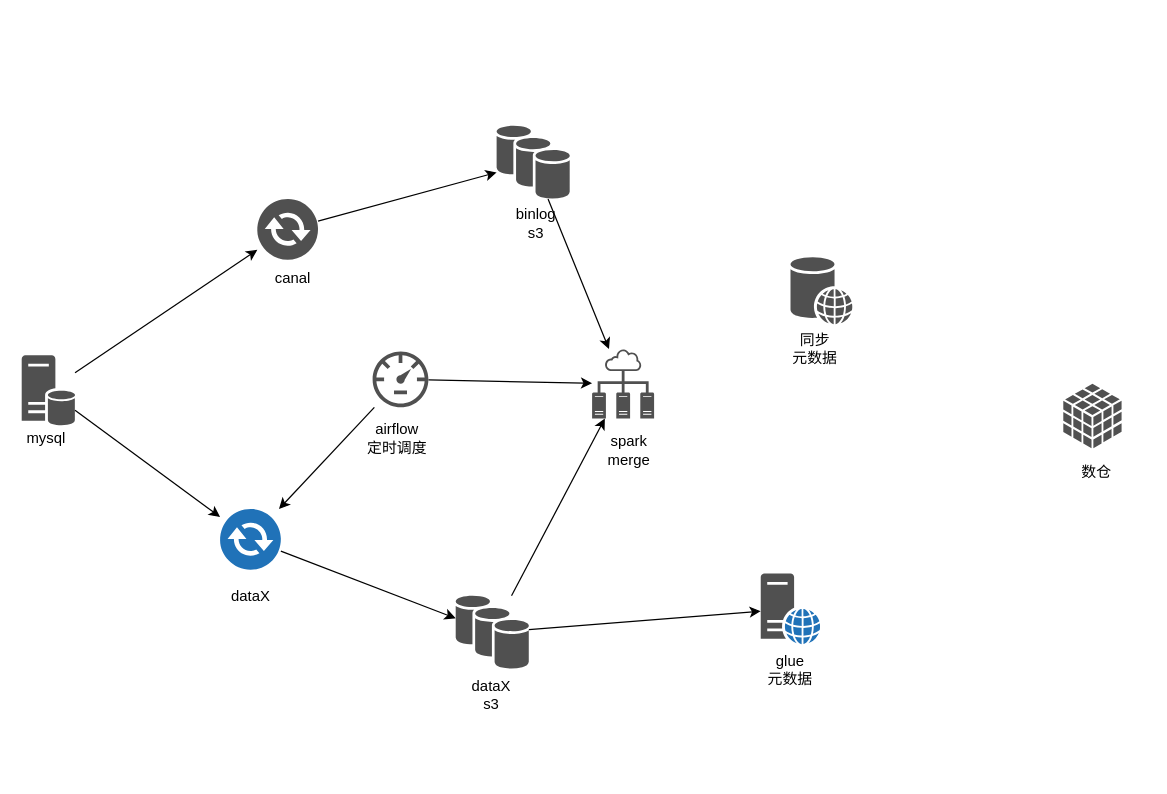
Above: canal.drawio in wangbin2188/draw (draw.io), before the change. Source tidied: cells renumbered, new cells numbered last; positions are measured from the earlier drawing's top-left corner, leaving out a move shared by most shapes. Both pictures are drawn from the tidied source at 124%, with x=0, y=0 at pixel (21, 125).
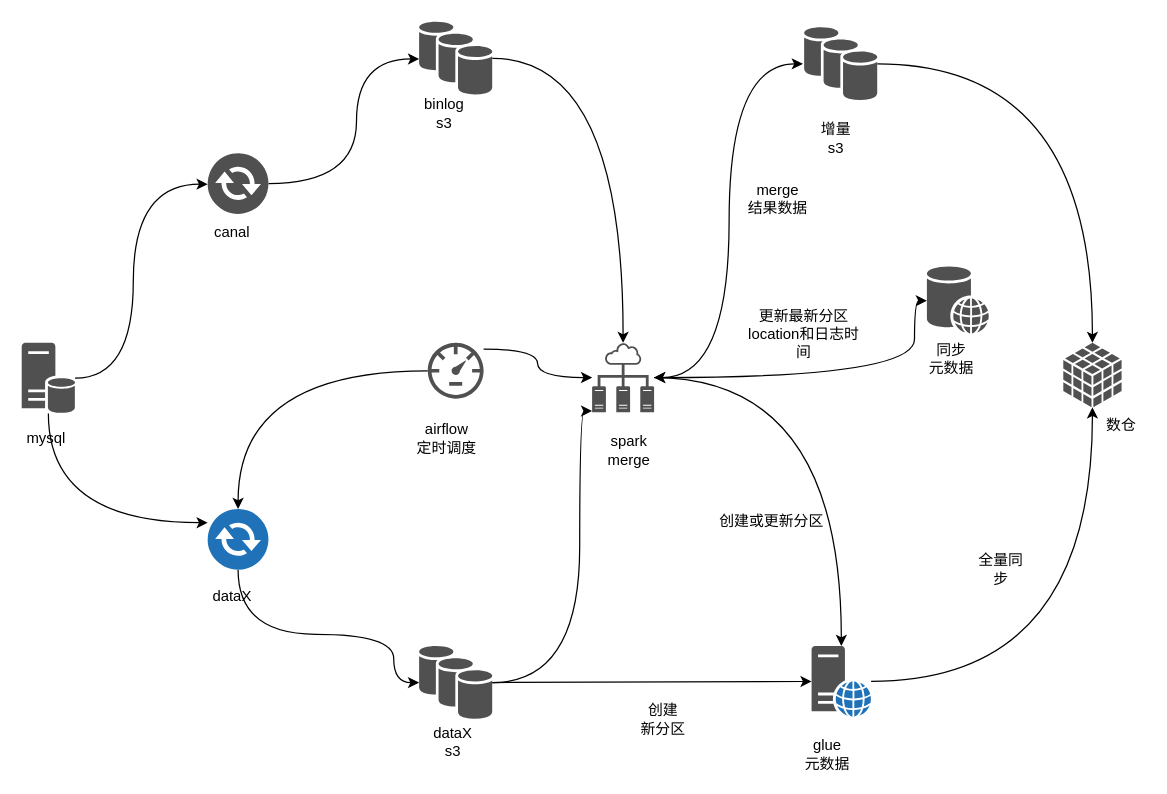
The same diagram, later.

Diff of the diagram source:
```diff
@@
-    <mxCell id="2" style="edgeStyle=none;rounded=0;jettySize=auto;html=1;" parent="1" edge="1" source="3" target="20">
+    <mxCell id="2" style="edgeStyle=orthogonalEdgeStyle;rounded=0;jettySize=auto;html=1;curved=1;" parent="1" edge="1" source="3" target="20">
       <mxGeometry relative="1" as="geometry" />
     </mxCell>
     <mxCell id="3" style="shadow=0;dashed=0;html=1;strokeColor=none;fillColor=#505050;labelPosition=center;verticalLabelPosition=bottom;verticalAlign=top;outlineConnect=0;align=center;shape=mxgraph.office.databases.database_availability_group;" parent="1" vertex="1">
-      <mxGeometry x="383" width="59" height="59" as="geometry" />
+      <mxGeometry x="320.5" y="-84" width="59" height="59" as="geometry" />
     </mxCell>
-    <mxCell id="4" style="rounded=0;jettySize=auto;html=1;" parent="1" edge="1" source="14" target="3">
-      <mxGeometry relative="1" as="geometry" />
+    <mxCell id="4" style="rounded=0;jettySize=auto;html=1;edgeStyle=orthogonalEdgeStyle;curved=1;" parent="1" edge="1" source="14" target="3">
+      <mxGeometry relative="1" as="geometry">
+        <Array as="points">
+          <mxPoint x="270" y="47" />
+          <mxPoint x="270" y="-54" />
+        </Array>
+      </mxGeometry>
     </mxCell>
-    <mxCell id="5" style="edgeStyle=none;rounded=0;jettySize=auto;html=1;" parent="1" edge="1" source="16" target="10">
-      <mxGeometry relative="1" as="geometry" />
+    <mxCell id="5" style="edgeStyle=orthogonalEdgeStyle;rounded=0;jettySize=auto;html=1;curved=1;" parent="1" edge="1" source="16" target="10">
+      <mxGeometry relative="1" as="geometry">
+        <Array as="points">
+          <mxPoint x="175" y="410" />
+          <mxPoint x="300" y="410" />
+          <mxPoint x="300" y="449" />
+        </Array>
+      </mxGeometry>
     </mxCell>
     <mxCell id="6" style="shadow=0;dashed=0;html=1;strokeColor=none;fillColor=#505050;labelPosition=center;verticalLabelPosition=bottom;verticalAlign=top;outlineConnect=0;align=center;shape=mxgraph.office.databases.database_server;" parent="1" vertex="1">
-      <mxGeometry y="185" width="43" height="57" as="geometry" />
+      <mxGeometry y="175" width="43" height="57" as="geometry" />
     </mxCell>
     <mxCell id="7" style="shadow=0;dashed=0;html=1;strokeColor=none;fillColor=#505050;labelPosition=center;verticalLabelPosition=bottom;verticalAlign=top;outlineConnect=0;align=center;shape=mxgraph.office.databases.web_store;" parent="1" vertex="1">
-      <mxGeometry x="620" y="106" width="50" height="54" as="geometry" />
+      <mxGeometry x="730" y="113.5" width="50" height="54" as="geometry" />
     </mxCell>
-    <mxCell id="8" style="edgeStyle=none;rounded=0;jettySize=auto;html=1;" parent="1" edge="1" source="10" target="20">
-      <mxGeometry relative="1" as="geometry" />
+    <mxCell id="8" style="edgeStyle=orthogonalEdgeStyle;rounded=0;jettySize=auto;html=1;curved=1;" parent="1" edge="1" source="10" target="20">
+      <mxGeometry relative="1" as="geometry">
+        <Array as="points">
+          <mxPoint x="450" y="449" />
+          <mxPoint x="450" y="230" />
+        </Array>
+      </mxGeometry>
     </mxCell>
@@
     <mxCell id="10" style="shadow=0;dashed=0;html=1;strokeColor=none;fillColor=#505050;labelPosition=center;verticalLabelPosition=bottom;verticalAlign=top;outlineConnect=0;align=center;shape=mxgraph.office.databases.database_availability_group;" parent="1" vertex="1">
-      <mxGeometry x="350" y="379" width="59" height="59" as="geometry" />
+      <mxGeometry x="320.5" y="419.5" width="59" height="59" as="geometry" />
     </mxCell>
-    <mxCell id="11" style="edgeStyle=none;rounded=0;jettySize=auto;html=1;" parent="1" edge="1" source="13" target="16">
+    <mxCell id="11" style="edgeStyle=orthogonalEdgeStyle;rounded=0;jettySize=auto;html=1;curved=1;" parent="1" edge="1" source="13" target="16">
       <mxGeometry relative="1" as="geometry" />
     </mxCell>
-    <mxCell id="12" style="edgeStyle=none;rounded=0;jettySize=auto;html=1;" parent="1" edge="1" source="13" target="20">
-      <mxGeometry relative="1" as="geometry" />
+    <mxCell id="12" style="edgeStyle=orthogonalEdgeStyle;rounded=0;jettySize=auto;html=1;curved=1;" parent="1" edge="1" source="13" target="20">
+      <mxGeometry relative="1" as="geometry">
+        <Array as="points">
+          <mxPoint x="416" y="180" />
+          <mxPoint x="416" y="203" />
+        </Array>
+      </mxGeometry>
     </mxCell>
     <mxCell id="13" style="shadow=0;dashed=0;html=1;strokeColor=none;fillColor=#505050;labelPosition=center;verticalLabelPosition=bottom;verticalAlign=top;outlineConnect=0;align=center;shape=mxgraph.office.concepts.bandwidth;" parent="1" vertex="1">
-      <mxGeometry x="283" y="182" width="45" height="45" as="geometry" />
+      <mxGeometry x="327.5" y="175" width="45" height="45" as="geometry" />
     </mxCell>
     <mxCell id="14" style="shadow=0;dashed=0;html=1;strokeColor=none;fillColor=#505050;labelPosition=center;verticalLabelPosition=bottom;verticalAlign=top;outlineConnect=0;align=center;shape=mxgraph.office.communications.exchange_active_sync;" parent="1" vertex="1">
-      <mxGeometry x="190" y="59" width="49" height="49" as="geometry" />
+      <mxGeometry x="150" y="22" width="49" height="49" as="geometry" />
     </mxCell>
-    <mxCell id="15" style="rounded=0;jettySize=auto;html=1;" parent="1" edge="1" source="6" target="14">
-      <mxGeometry relative="1" as="geometry" />
+    <mxCell id="15" style="rounded=0;jettySize=auto;html=1;edgeStyle=orthogonalEdgeStyle;curved=1;" parent="1" edge="1" source="6" target="14">
+      <mxGeometry relative="1" as="geometry">
+        <Array as="points">
+          <mxPoint x="90" y="204" />
+          <mxPoint x="90" y="47" />
+        </Array>
+      </mxGeometry>
     </mxCell>
     <mxCell id="16" style="shadow=0;dashed=0;html=1;strokeColor=none;fillColor=#505050;labelPosition=center;verticalLabelPosition=bottom;verticalAlign=top;outlineConnect=0;align=center;shape=mxgraph.office.communications.exchange_active_sync;fillColor=#2072B8;" parent="1" vertex="1">
-      <mxGeometry x="160" y="309" width="49" height="49" as="geometry" />
+      <mxGeometry x="150" y="309" width="49" height="49" as="geometry" />
     </mxCell>
-    <mxCell id="17" style="edgeStyle=none;rounded=0;jettySize=auto;html=1;" parent="1" edge="1" source="6" target="16">
-      <mxGeometry relative="1" as="geometry" />
+    <mxCell id="17" style="edgeStyle=orthogonalEdgeStyle;rounded=0;jettySize=auto;html=1;curved=1;" parent="1" edge="1" source="6" target="16">
+      <mxGeometry relative="1" as="geometry">
+        <Array as="points">
+          <mxPoint x="22" y="320" />
+        </Array>
+      </mxGeometry>
     </mxCell>
     <mxCell id="18" value="binlog&lt;br&gt;s3" style="text;html=1;strokeColor=none;fillColor=none;align=center;verticalAlign=middle;whiteSpace=wrap;rounded=0;" parent="1" vertex="1">
-      <mxGeometry x="395" y="69" width="40" height="20" as="geometry" />
+      <mxGeometry x="320.5" y="-20" width="40" height="20" as="geometry" />
     </mxCell>
-    <mxCell id="19" value="dataX&lt;br&gt;s3" style="text;html=1;strokeColor=none;fillColor=none;align=center;verticalAlign=middle;whiteSpace=wrap;rounded=0;" parent="1" vertex="1">
-      <mxGeometry x="359" y="449" width="40" height="20" as="geometry" />
-    </mxCell>
+    <mxCell id="31" style="edgeStyle=orthogonalEdgeStyle;rounded=0;jettySize=auto;html=1;entryX=-0.017;entryY=0.5;entryDx=0;entryDy=0;entryPerimeter=0;curved=1;startArrow=classic;startFill=1;" parent="1" edge="1" source="20" target="39">
+      <mxGeometry relative="1" as="geometry" />
+    </mxCell>
+    <mxCell id="32" style="edgeStyle=orthogonalEdgeStyle;rounded=0;jettySize=auto;html=1;curved=1;" parent="1" edge="1" source="20" target="28">
+      <mxGeometry relative="1" as="geometry" />
+    </mxCell>
+    <mxCell id="33" style="edgeStyle=orthogonalEdgeStyle;curved=1;rounded=0;jettySize=auto;html=1;startArrow=classic;startFill=1;" parent="1" edge="1" source="20" target="7">
+      <mxGeometry relative="1" as="geometry">
+        <Array as="points">
+          <mxPoint x="720" y="203" />
+          <mxPoint x="720" y="141" />
+        </Array>
+      </mxGeometry>
+    </mxCell>
     <mxCell id="20" style="shadow=0;dashed=0;html=1;strokeColor=none;fillColor=#505050;labelPosition=center;verticalLabelPosition=bottom;verticalAlign=top;outlineConnect=0;align=center;shape=mxgraph.office.concepts.technical_diagram;" parent="1" vertex="1">
-      <mxGeometry x="460" y="180" width="50" height="56" as="geometry" />
+      <mxGeometry x="460" y="175" width="50" height="56" as="geometry" />
     </mxCell>
     <mxCell id="21" value="airflow&lt;br&gt;定时调度" style="text;html=1;strokeColor=none;fillColor=none;align=center;verticalAlign=middle;whiteSpace=wrap;rounded=0;" parent="1" vertex="1">
-      <mxGeometry x="263" y="242" width="80" height="20" as="geometry" />
+      <mxGeometry x="303" y="242" width="80" height="20" as="geometry" />
     </mxCell>
     <mxCell id="22" style="shadow=0;dashed=0;html=1;strokeColor=none;fillColor=#505050;labelPosition=center;verticalLabelPosition=bottom;verticalAlign=top;outlineConnect=0;align=center;shape=mxgraph.office.databases.database_cube;" parent="1" vertex="1">
-      <mxGeometry x="840" y="208" width="47" height="52" as="geometry" />
+      <mxGeometry x="840" y="175" width="47" height="52" as="geometry" />
     </mxCell>
@@
     <mxCell id="24" value="数仓" style="text;html=1;strokeColor=none;fillColor=none;align=center;verticalAlign=middle;whiteSpace=wrap;rounded=0;" parent="1" vertex="1">
-      <mxGeometry x="847" y="270" width="40" height="20" as="geometry" />
+      <mxGeometry x="867" y="232" width="40" height="20" as="geometry" />
     </mxCell>
@@
     <mxCell id="26" value="glue&lt;br&gt;元数据" style="text;html=1;strokeColor=none;fillColor=none;align=center;verticalAlign=middle;whiteSpace=wrap;rounded=0;" parent="1" vertex="1">
-      <mxGeometry x="580" y="429" width="80" height="20" as="geometry" />
+      <mxGeometry x="610" y="497" width="80" height="20" as="geometry" />
     </mxCell>
     <mxCell id="27" value="同步&lt;br&gt;元数据" style="text;html=1;strokeColor=none;fillColor=none;align=center;verticalAlign=middle;whiteSpace=wrap;rounded=0;" parent="1" vertex="1">
-      <mxGeometry x="610" y="170" width="60" height="20" as="geometry" />
+      <mxGeometry x="720" y="177.5" width="60" height="20" as="geometry" />
     </mxCell>
+    <mxCell id="34" style="edgeStyle=orthogonalEdgeStyle;rounded=0;jettySize=auto;html=1;curved=1;" parent="1" edge="1" source="28" target="22">
+      <mxGeometry relative="1" as="geometry" />
+    </mxCell>
     <mxCell id="28" style="shadow=0;dashed=0;html=1;strokeColor=none;fillColor=#505050;labelPosition=center;verticalLabelPosition=bottom;verticalAlign=top;outlineConnect=0;align=center;shape=mxgraph.office.servers.web_server_blue;" parent="1" vertex="1">
-      <mxGeometry x="596" y="361" width="48" height="57" as="geometry" />
+      <mxGeometry x="637" y="419.5" width="48" height="57" as="geometry" />
     </mxCell>
     <mxCell id="29" value="canal" style="text;html=1;strokeColor=none;fillColor=none;align=center;verticalAlign=middle;whiteSpace=wrap;rounded=0;" parent="1" vertex="1">
-      <mxGeometry x="199" y="113" width="40" height="20" as="geometry" />
+      <mxGeometry x="150" y="76" width="40" height="20" as="geometry" />
     </mxCell>
     <mxCell id="30" value="dataX" style="text;html=1;strokeColor=none;fillColor=none;align=center;verticalAlign=middle;whiteSpace=wrap;rounded=0;" parent="1" vertex="1">
-      <mxGeometry x="165" y="370" width="40" height="20" as="geometry" />
+      <mxGeometry x="150" y="370" width="40" height="20" as="geometry" />
     </mxCell>
+    <mxCell id="35" value="更新最新分区location和日志时间" style="text;html=1;strokeColor=none;fillColor=none;align=center;verticalAlign=middle;whiteSpace=wrap;rounded=0;" parent="1" vertex="1">
+      <mxGeometry x="581" y="158" width="100" height="20" as="geometry" />
+    </mxCell>
+    <mxCell id="36" style="edgeStyle=none;rounded=0;orthogonalLoop=1;jettySize=auto;html=1;exitX=0.5;exitY=0;exitDx=0;exitDy=0;" parent="1" edge="1" source="35" target="35">
+      <mxGeometry relative="1" as="geometry" />
+    </mxCell>
+    <mxCell id="37" value="全量同步" style="text;html=1;strokeColor=none;fillColor=none;align=center;verticalAlign=middle;whiteSpace=wrap;rounded=0;" parent="1" vertex="1">
+      <mxGeometry x="770" y="348" width="40" height="20" as="geometry" />
+    </mxCell>
+    <mxCell id="38" style="edgeStyle=orthogonalEdgeStyle;rounded=0;jettySize=auto;html=1;curved=1;" parent="1" edge="1" source="39" target="22">
+      <mxGeometry relative="1" as="geometry" />
+    </mxCell>
+    <mxCell id="39" style="shadow=0;dashed=0;html=1;strokeColor=none;fillColor=#505050;labelPosition=center;verticalLabelPosition=bottom;verticalAlign=top;outlineConnect=0;align=center;shape=mxgraph.office.databases.database_availability_group;" parent="1" vertex="1">
+      <mxGeometry x="631" y="-79.5" width="59" height="59" as="geometry" />
+    </mxCell>
+    <mxCell id="40" value="增量&lt;br&gt;s3" style="text;html=1;strokeColor=none;fillColor=none;align=center;verticalAlign=middle;whiteSpace=wrap;rounded=0;" parent="1" vertex="1">
+      <mxGeometry x="637" width="40" height="20" as="geometry" />
+    </mxCell>
+    <mxCell id="41" value="merge&lt;br&gt;结果数据" style="text;html=1;strokeColor=none;fillColor=none;align=center;verticalAlign=middle;whiteSpace=wrap;rounded=0;" parent="1" vertex="1">
+      <mxGeometry x="570" y="49" width="80" height="20" as="geometry" />
+    </mxCell>
+    <mxCell id="19" value="dataX&lt;br&gt;s3" style="text;html=1;strokeColor=none;fillColor=none;align=center;verticalAlign=middle;whiteSpace=wrap;rounded=0;" parent="1" vertex="1">
+      <mxGeometry x="328" y="487" width="40" height="20" as="geometry" />
+    </mxCell>
+    <mxCell id="42" value="创建或更新分区" style="text;html=1;strokeColor=none;fillColor=none;align=center;verticalAlign=middle;whiteSpace=wrap;rounded=0;" parent="1" vertex="1">
+      <mxGeometry x="560" y="309" width="90" height="20" as="geometry" />
+    </mxCell>
+    <mxCell id="43" value="创建&lt;br&gt;新分区" style="text;html=1;strokeColor=none;fillColor=none;align=center;verticalAlign=middle;whiteSpace=wrap;rounded=0;" parent="1" vertex="1">
+      <mxGeometry x="485" y="469" width="65" height="20" as="geometry" />
+    </mxCell>
```
